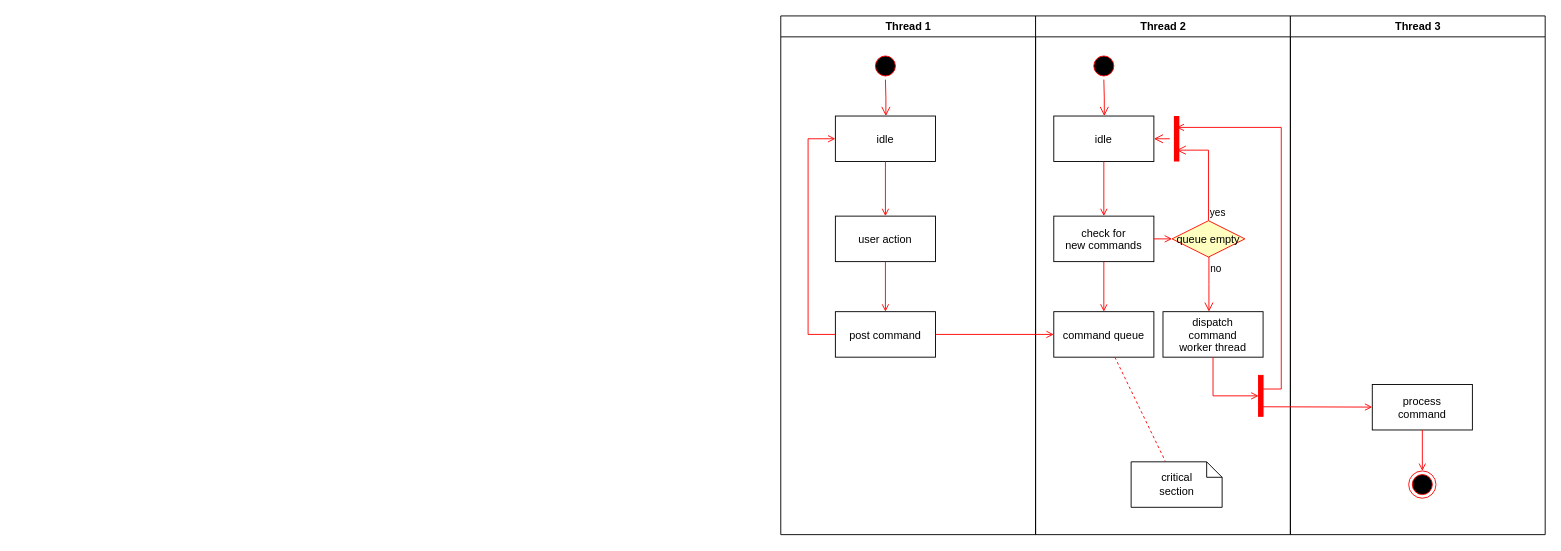
This is DBWebDev/UML.drawio from roqhdehd502/WebDev, a draw.io file, before an edit. Source tidied: cells renumbered, new cells numbered last; positions are measured from the earlier drawing's top-left corner, leaving out a move shared by most shapes. Both pictures are drawn from the tidied source at 91%, with x=0, y=0 at pixel (780, 15).
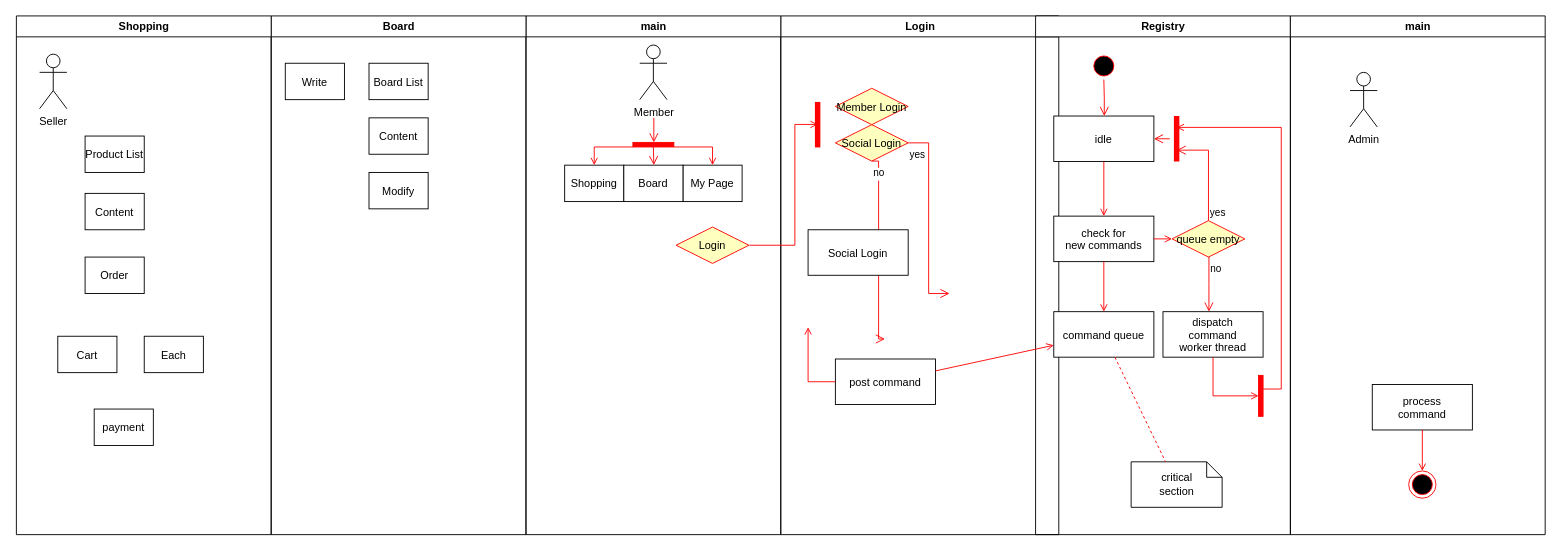
After the change.

The change refers to these unchanged cells:
```xml
<mxCell id="31" value="process&#10;command" parent="30" vertex="1">
  <mxGeometry x="90" y="405" width="110" height="50" as="geometry" />
</mxCell>
```

Diff of the diagram source:
```diff
@@
-    <mxCell id="2" value="Thread 1" style="swimlane;whiteSpace=wrap;" parent="1" vertex="1">
-      <mxGeometry x="0.5" width="280" height="570" as="geometry" />
+    <mxCell id="2" value="Login" style="swimlane;whiteSpace=wrap;" parent="1" vertex="1">
+      <mxGeometry x="0.5" width="305.5" height="570" as="geometry" />
     </mxCell>
-    <mxCell id="3" style="ellipse;shape=startState;fillColor=#000000;strokeColor=#ff0000;" parent="2" vertex="1">
-      <mxGeometry x="100" y="40" width="30" height="30" as="geometry" />
-    </mxCell>
-    <mxCell id="4" style="edgeStyle=elbowEdgeStyle;elbow=horizontal;verticalAlign=bottom;endArrow=open;endSize=8;strokeColor=#FF0000;endFill=1;rounded=0;" parent="2" edge="1" source="3" target="5">
-      <mxGeometry x="100" y="40" as="geometry" />
-    </mxCell>
-    <mxCell id="5" value="idle" parent="2" vertex="1">
-      <mxGeometry x="60" y="110" width="110" height="50" as="geometry" />
-    </mxCell>
-    <mxCell id="6" value="user action" parent="2" vertex="1">
-      <mxGeometry x="60" y="220" width="110" height="50" as="geometry" />
-    </mxCell>
-    <mxCell id="7" style="endArrow=open;strokeColor=#FF0000;endFill=1;rounded=0;" parent="2" edge="1" source="5" target="6">
-      <mxGeometry relative="1" as="geometry" />
-    </mxCell>
     <mxCell id="8" value="post command" parent="2" vertex="1">
-      <mxGeometry x="60" y="325" width="110" height="50" as="geometry" />
+      <mxGeometry x="60" y="377" width="110" height="50" as="geometry" />
     </mxCell>
-    <mxCell id="9" style="endArrow=open;strokeColor=#FF0000;endFill=1;rounded=0;" parent="2" edge="1" source="6" target="8">
-      <mxGeometry relative="1" as="geometry" />
-    </mxCell>
-    <mxCell id="10" style="edgeStyle=elbowEdgeStyle;elbow=horizontal;strokeColor=#FF0000;endArrow=open;endFill=1;rounded=0;" parent="2" edge="1" source="8" target="5">
+    <mxCell id="10" style="edgeStyle=elbowEdgeStyle;elbow=horizontal;strokeColor=#FF0000;endArrow=open;endFill=1;rounded=0;" parent="2" edge="1" source="8">
       <mxGeometry relative="1" as="geometry">
+        <mxPoint x="30.5" y="342" as="targetPoint" />
         <Array as="points">
-          <mxPoint x="30" y="250" />
+          <mxPoint x="30" y="302" />
         </Array>
       </mxGeometry>
     </mxCell>
+    <mxCell id="37" value="Social Login" style="rhombus;fillColor=#ffffc0;strokeColor=#ff0000;" parent="2" vertex="1">
+      <mxGeometry x="60" y="119.5" width="80" height="40" as="geometry" />
+    </mxCell>
+    <mxCell id="38" value="no" style="edgeStyle=elbowEdgeStyle;elbow=horizontal;align=left;verticalAlign=top;endArrow=open;endSize=8;strokeColor=#FF0000;endFill=1;rounded=0;exitX=0.5;exitY=1;exitDx=0;exitDy=0;" parent="2" edge="1" source="37">
+      <mxGeometry x="-1" relative="1" as="geometry">
+        <mxPoint x="114.5" y="355" as="targetPoint" />
+      </mxGeometry>
+    </mxCell>
+    <mxCell id="39" value="Member Login" style="rhombus;fillColor=#ffffc0;strokeColor=#ff0000;" parent="2" vertex="1">
+      <mxGeometry x="60" y="79.5" width="80" height="40" as="geometry" />
+    </mxCell>
+    <mxCell id="40" style="shape=line;strokeWidth=6;strokeColor=#ff0000;rotation=90;" parent="2" vertex="1">
+      <mxGeometry x="15.5" y="112" width="50" height="15" as="geometry" />
+    </mxCell>
+    <mxCell id="41" value="Social Login" parent="2" vertex="1">
+      <mxGeometry x="30" y="235" width="110" height="50" as="geometry" />
+    </mxCell>
-    <mxCell id="11" value="Thread 2" style="swimlane;whiteSpace=wrap;" parent="1" vertex="1">
+    <mxCell id="11" value="Registry" style="swimlane;whiteSpace=wrap;" parent="1" vertex="1">
       <mxGeometry x="280.5" width="280" height="570" as="geometry" />
     </mxCell>
@@
-    <mxCell id="30" value="Thread 3" style="swimlane;whiteSpace=wrap;" parent="1" vertex="1">
+    <mxCell id="30" value="main" style="swimlane;whiteSpace=wrap;" parent="1" vertex="1">
       <mxGeometry x="560.5" width="280" height="570" as="geometry" />
     </mxCell>
@@
-    <mxCell id="33" style="edgeStyle=none;strokeColor=#FF0000;endArrow=open;endFill=1;rounded=0;" parent="30" edge="1" target="31">
-      <mxGeometry relative="1" as="geometry">
-        <mxPoint x="-30" y="429.5" as="sourcePoint" />
-      </mxGeometry>
-    </mxCell>
@@
+    <mxCell id="42" value="Admin" style="shape=umlActor;verticalLabelPosition=bottom;verticalAlign=top;html=1;" parent="30" vertex="1">
+      <mxGeometry x="65.5" y="62" width="30" height="60" as="geometry" />
+    </mxCell>
@@
+    <mxCell id="43" value="yes" style="edgeStyle=elbowEdgeStyle;elbow=horizontal;align=left;verticalAlign=top;endArrow=open;endSize=8;strokeColor=#FF0000;endFill=1;rounded=0;exitX=1;exitY=0.5;exitDx=0;exitDy=0;" parent="1" edge="1" source="37">
+      <mxGeometry x="-1" relative="1" as="geometry">
+        <mxPoint x="186" y="305" as="targetPoint" />
+      </mxGeometry>
+    </mxCell>
+    <mxCell id="44" value="main" style="swimlane;whiteSpace=wrap;" parent="1" vertex="1">
+      <mxGeometry x="-279.5" width="280" height="570" as="geometry" />
+    </mxCell>
+    <mxCell id="45" value="Member" style="shape=umlActor;verticalLabelPosition=bottom;verticalAlign=top;html=1;" parent="44" vertex="1">
+      <mxGeometry x="125" y="32" width="30" height="60" as="geometry" />
+    </mxCell>
+    <mxCell id="46" value="Shopping" parent="44" vertex="1">
+      <mxGeometry x="42.5" y="164" width="65" height="40" as="geometry" />
+    </mxCell>
+    <mxCell id="47" value="My Page" parent="44" vertex="1">
+      <mxGeometry x="172.5" y="164" width="65" height="40" as="geometry" />
+    </mxCell>
+    <mxCell id="48" value="Board" parent="44" vertex="1">
+      <mxGeometry x="107.5" y="164" width="65" height="40" as="geometry" />
+    </mxCell>
+    <mxCell id="49" style="whiteSpace=wrap;strokeColor=#FF0000;fillColor=#FF0000;rotation=90;" parent="44" vertex="1">
+      <mxGeometry x="137.5" y="119" width="5" height="45" as="geometry" />
+    </mxCell>
+    <mxCell id="50" style="edgeStyle=elbowEdgeStyle;elbow=horizontal;verticalAlign=bottom;endArrow=open;endSize=8;strokeColor=#FF0000;endFill=1;rounded=0;entryX=0;entryY=0.5;entryDx=0;entryDy=0;" parent="44" edge="1" target="49">
+      <mxGeometry x="225.5" y="-78" as="geometry">
+        <mxPoint x="140.5" y="112" as="sourcePoint" />
+      </mxGeometry>
+    </mxCell>
+    <mxCell id="51" style="edgeStyle=elbowEdgeStyle;elbow=horizontal;strokeColor=#FF0000;endArrow=open;endFill=1;rounded=0;exitX=1;exitY=1;exitDx=0;exitDy=0;entryX=0.5;entryY=0;entryDx=0;entryDy=0;" parent="44" edge="1" source="49" target="46">
+      <mxGeometry relative="1" as="geometry">
+        <Array as="points">
+          <mxPoint x="75" y="144" />
+        </Array>
+      </mxGeometry>
+    </mxCell>
+    <mxCell id="52" style="edgeStyle=elbowEdgeStyle;elbow=horizontal;strokeColor=#FF0000;endArrow=open;endFill=1;rounded=0;exitX=1;exitY=0;exitDx=0;exitDy=0;entryX=0.5;entryY=0;entryDx=0;entryDy=0;" parent="44" edge="1" source="49" target="47">
+      <mxGeometry relative="1" as="geometry">
+        <Array as="points">
+          <mxPoint x="205" y="144" />
+        </Array>
+      </mxGeometry>
+    </mxCell>
+    <mxCell id="53" style="edgeStyle=elbowEdgeStyle;elbow=horizontal;verticalAlign=bottom;endArrow=open;endSize=8;strokeColor=#FF0000;endFill=1;rounded=0;exitX=1;exitY=0.5;exitDx=0;exitDy=0;entryX=0.5;entryY=0;entryDx=0;entryDy=0;" parent="44" edge="1" source="49" target="48">
+      <mxGeometry x="225.5" y="-78" as="geometry" />
+    </mxCell>
+    <mxCell id="54" value="Login" style="rhombus;fillColor=#ffffc0;strokeColor=#ff0000;" parent="44" vertex="1">
+      <mxGeometry x="165" y="232" width="80" height="40" as="geometry" />
+    </mxCell>
+    <mxCell id="55" value="Board" style="swimlane;whiteSpace=wrap;startSize=23;" parent="1" vertex="1">
+      <mxGeometry x="-559.5" width="280" height="570" as="geometry" />
+    </mxCell>
+    <mxCell id="56" value="Board List" parent="55" vertex="1">
+      <mxGeometry x="107.5" y="52" width="65" height="40" as="geometry" />
+    </mxCell>
+    <mxCell id="57" value="Content" parent="55" vertex="1">
+      <mxGeometry x="107.5" y="112" width="65" height="40" as="geometry" />
+    </mxCell>
+    <mxCell id="58" value="Write" parent="55" vertex="1">
+      <mxGeometry x="15.5" y="52" width="65" height="40" as="geometry" />
+    </mxCell>
+    <mxCell id="59" value="Modify" parent="55" vertex="1">
+      <mxGeometry x="107.5" y="172" width="65" height="40" as="geometry" />
+    </mxCell>
+    <mxCell id="60" value="Shopping" style="swimlane;whiteSpace=wrap;startSize=23;" parent="1" vertex="1">
+      <mxGeometry x="-839.5" width="280" height="570" as="geometry" />
+    </mxCell>
+    <mxCell id="61" value="Product List" parent="60" vertex="1">
+      <mxGeometry x="75.5" y="132" width="65" height="40" as="geometry" />
+    </mxCell>
+    <mxCell id="62" value="Content" parent="60" vertex="1">
+      <mxGeometry x="75.5" y="195" width="65" height="40" as="geometry" />
+    </mxCell>
+    <mxCell id="63" value="Order" parent="60" vertex="1">
+      <mxGeometry x="75.5" y="265" width="65" height="40" as="geometry" />
+    </mxCell>
+    <mxCell id="64" value="Cart" parent="60" vertex="1">
+      <mxGeometry x="45.5" y="352" width="65" height="40" as="geometry" />
+    </mxCell>
+    <mxCell id="65" value="Each" parent="60" vertex="1">
+      <mxGeometry x="140.5" y="352" width="65" height="40" as="geometry" />
+    </mxCell>
+    <mxCell id="66" value="payment" parent="60" vertex="1">
+      <mxGeometry x="85.5" y="432" width="65" height="40" as="geometry" />
+    </mxCell>
+    <mxCell id="67" value="Seller" style="shape=umlActor;verticalLabelPosition=bottom;verticalAlign=top;html=1;" parent="60" vertex="1">
+      <mxGeometry x="25.5" y="42" width="30" height="60" as="geometry" />
+    </mxCell>
+    <mxCell id="68" style="edgeStyle=elbowEdgeStyle;elbow=horizontal;strokeColor=#FF0000;endArrow=open;endFill=1;rounded=0;entryX=0.495;entryY=0.482;entryDx=0;entryDy=0;entryPerimeter=0;" parent="1" edge="1" target="40">
+      <mxGeometry relative="1" as="geometry">
+        <mxPoint x="-34" y="252" as="sourcePoint" />
+        <Array as="points">
+          <mxPoint x="16" y="192" />
+        </Array>
+      </mxGeometry>
+    </mxCell>
```
